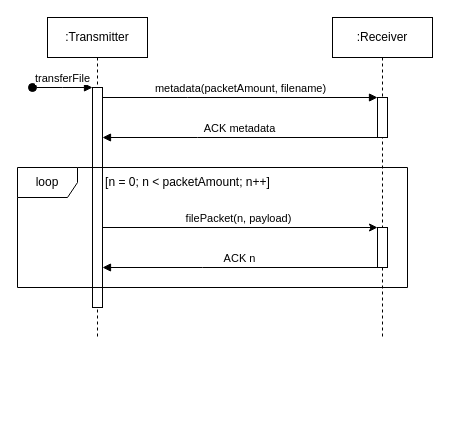
Above: diagrams/protocolsequencev1.drawio in RadioDudes/BachelorProject (draw.io), before the change. Source tidied: cells renumbered, new cells numbered last; positions are measured from the earlier drawing's top-left corner, leaving out a move shared by most shapes. Both pictures are drawn from the tidied source at 100%, with x=0, y=0 at pixel (17, 17).
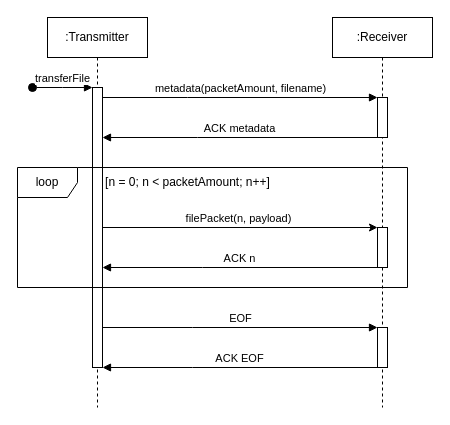
Above is the later version.

Commit message (it also covers changes not shown here):
Updated diagrams, added log for lund

The edit, as a diff of the source:
```diff
@@
     <mxCell id="2" value=":Transmitter" style="shape=umlLifeline;perimeter=lifelinePerimeter;whiteSpace=wrap;html=1;newEdgeStyle={&quot;edgeStyle&quot;:&quot;elbowEdgeStyle&quot;,&quot;elbow&quot;:&quot;vertical&quot;,&quot;curved&quot;:0,&quot;rounded&quot;:0};" parent="1" vertex="1">
-      <mxGeometry x="30" width="100" height="320" as="geometry" />
+      <mxGeometry x="30" width="100" height="390" as="geometry" />
     </mxCell>
     <mxCell id="3" style="html=1;points=[];perimeter=orthogonalPerimeter;outlineConnect=0;targetShapes=umlLifeline;portConstraint=eastwest;newEdgeStyle={&quot;edgeStyle&quot;:&quot;elbowEdgeStyle&quot;,&quot;elbow&quot;:&quot;vertical&quot;,&quot;curved&quot;:0,&quot;rounded&quot;:0};" parent="2" vertex="1">
-      <mxGeometry x="45" y="70" width="10" height="220" as="geometry" />
+      <mxGeometry x="45" y="70" width="10" height="280" as="geometry" />
     </mxCell>
@@
     <mxCell id="5" value=":Receiver" style="shape=umlLifeline;perimeter=lifelinePerimeter;whiteSpace=wrap;html=1;newEdgeStyle={&quot;edgeStyle&quot;:&quot;elbowEdgeStyle&quot;,&quot;elbow&quot;:&quot;vertical&quot;,&quot;curved&quot;:0,&quot;rounded&quot;:0};" parent="1" vertex="1">
-      <mxGeometry x="315" width="100" height="320" as="geometry" />
+      <mxGeometry x="315" width="100" height="390" as="geometry" />
     </mxCell>
@@
+    <mxCell id="15" style="html=1;points=[];perimeter=orthogonalPerimeter;outlineConnect=0;targetShapes=umlLifeline;portConstraint=eastwest;newEdgeStyle={&quot;edgeStyle&quot;:&quot;elbowEdgeStyle&quot;,&quot;elbow&quot;:&quot;vertical&quot;,&quot;curved&quot;:0,&quot;rounded&quot;:0};" parent="5" vertex="1">
+      <mxGeometry x="45" y="310" width="10" height="40" as="geometry" />
+    </mxCell>
@@
+    <mxCell id="16" value="EOF" style="html=1;verticalAlign=bottom;endArrow=block;edgeStyle=elbowEdgeStyle;elbow=vertical;curved=0;rounded=0;" parent="1" edge="1" source="3">
+      <mxGeometry relative="1" as="geometry">
+        <mxPoint x="360" y="310" as="targetPoint" />
+        <Array as="points">
+          <mxPoint x="175" y="310" />
+        </Array>
+      </mxGeometry>
+    </mxCell>
+    <mxCell id="17" value="ACK EOF" style="html=1;verticalAlign=bottom;endArrow=block;edgeStyle=elbowEdgeStyle;elbow=vertical;curved=0;rounded=0;" parent="1" edge="1" source="15" target="3">
+      <mxGeometry relative="1" as="geometry">
+        <Array as="points">
+          <mxPoint x="175" y="350" />
+        </Array>
+      </mxGeometry>
+    </mxCell>
```
